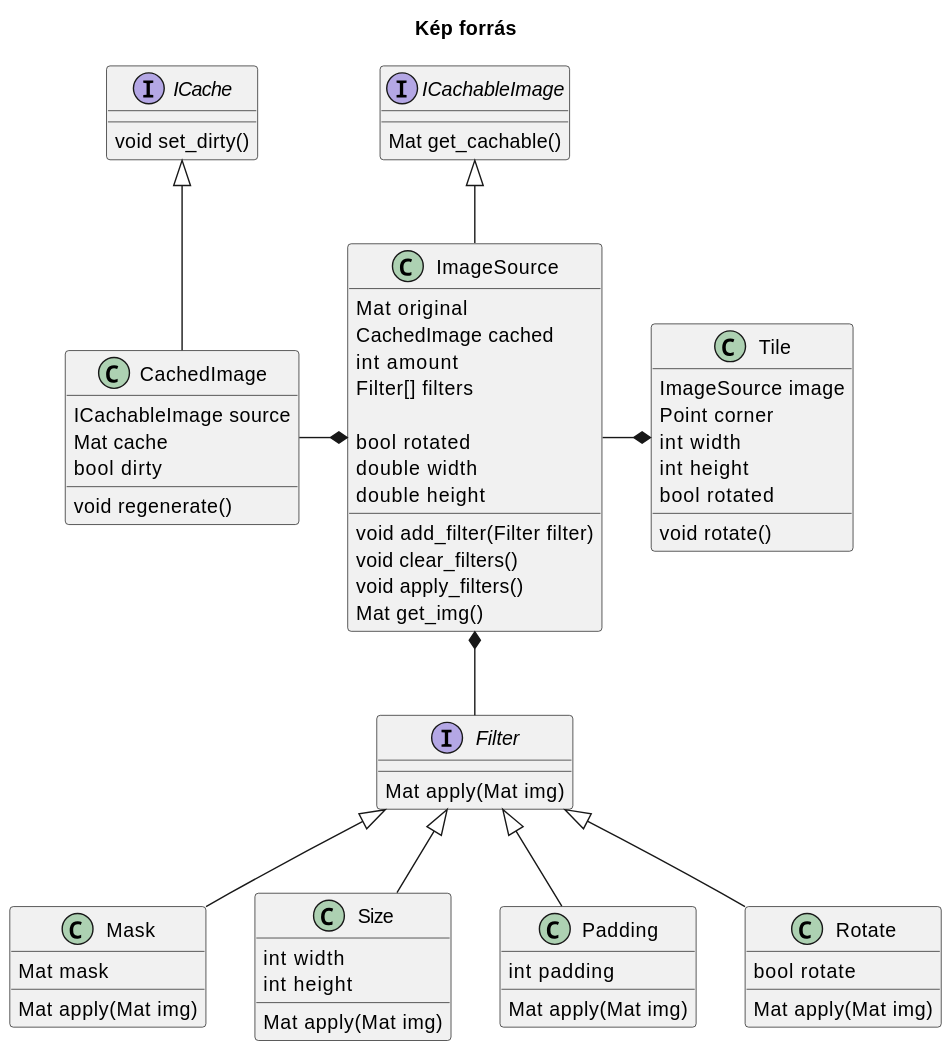
This is doc/figures/uml/img_source.svg from Gilgames32/printf, a PlantUML export, as it was before one commit.
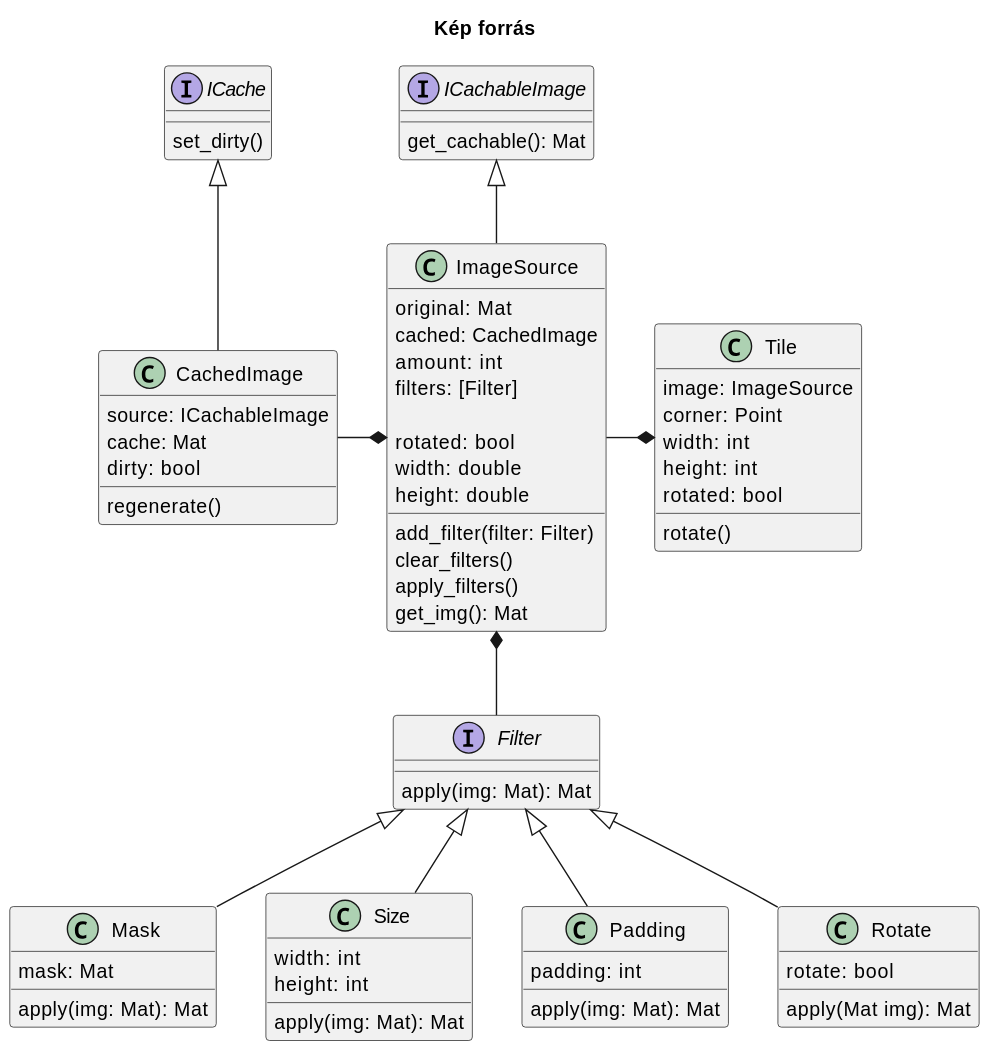
After the change.

Change to the diagram source:
```diff
@@ -2,78 +2,78 @@
 title Kép forrás
 
 class ImageSource {
-    Mat original
-    CachedImage cached
-    int amount
-    Filter[] filters
+    original: Mat
+    cached: CachedImage
+    amount: int
+    filters: [Filter]
 
-    bool rotated
-    double width
-    double height
+    rotated: bool
+    width: double
+    height: double
 
-    void add_filter(Filter filter)
-    void clear_filters()
-    void apply_filters()
-    Mat get_img()
+    add_filter(filter: Filter)
+    clear_filters()
+    apply_filters()
+    get_img(): Mat
 }
 
 interface Filter {
-    Mat apply(Mat img)
+    apply(img: Mat): Mat
 }
 ImageSource *-- Filter
 
 
 class Mask {
-    Mat mask
-    Mat apply(Mat img)
+    mask: Mat
+    apply(img: Mat): Mat
 }
 Filter <|-- Mask
 
 class Size {
-    int width
-    int height
-    Mat apply(Mat img)
+    width: int
+    height: int
+    apply(img: Mat): Mat
 }
 Filter <|-- Size
 
 class Padding {
-    int padding
-    Mat apply(Mat img)
+    padding: int
+    apply(img: Mat): Mat
 }
 Filter <|-- Padding
 
 class Rotate {
-    bool rotate
-    Mat apply(Mat img)
+    rotate: bool
+    apply(Mat img): Mat
 }
 Filter <|-- Rotate
 
 class Tile {
-    ImageSource image
-    Point corner
-    int width
-    int height
-    bool rotated
+    image: ImageSource
+    corner: Point
+    width: int
+    height: int
+    rotated: bool
 
-    void rotate()
+    rotate()
 }
 ImageSource -* Tile
 
 class CachedImage {
-    ICachableImage source
-    Mat cache
-    bool dirty
-    void regenerate()
+    source: ICachableImage
+    cache: Mat
+    dirty: bool
+    regenerate()
 }
 CachedImage -* ImageSource
 
 
 interface ICache {
-    void set_dirty()
+    set_dirty()
 }
 
 interface ICachableImage {
-    Mat get_cachable()
+    get_cachable(): Mat
 }
 
 ICache <|-- CachedImage
```
